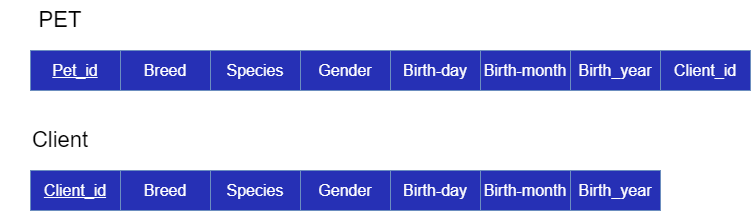
This is RelationalSchemaPetClinic.drawio.png from tomztz/SQL-Pet-Clinic, a draw.io export, as it was before one commit. Source tidied: cells renumbered, new cells last; positions are measured from the earlier drawing's top-left corner, leaving out a move shared by most shapes. The source it was exported from:
```xml
<mxGraphModel>
  <root>
    <mxCell id="0" />
    <mxCell id="1" parent="0" />
    <mxCell id="2" value="&lt;u style=&quot;color: rgb(255 , 255 , 255) ; font-size: 16px&quot;&gt;Pet_id&lt;/u&gt;" style="rounded=0;whiteSpace=wrap;html=1;fillColor=#2630B5;strokeColor=#6c8ebf;" parent="1" vertex="1">
      <mxGeometry x="30" y="50" width="90" height="40" as="geometry" />
    </mxCell>
    <mxCell id="3" value="&lt;font style=&quot;font-size: 22px&quot;&gt;PET&lt;/font&gt;" style="text;html=1;strokeColor=none;fillColor=none;align=center;verticalAlign=middle;whiteSpace=wrap;rounded=0;" parent="1" vertex="1">
      <mxGeometry width="120" height="40" as="geometry" />
    </mxCell>
    <mxCell id="4" value="&lt;font color=&quot;#ffffff&quot;&gt;&lt;span style=&quot;font-size: 16px&quot;&gt;Breed&lt;/span&gt;&lt;/font&gt;" style="rounded=0;whiteSpace=wrap;html=1;fillColor=#2630B5;strokeColor=#6c8ebf;" parent="1" vertex="1">
      <mxGeometry x="120" y="50" width="90" height="40" as="geometry" />
    </mxCell>
    <mxCell id="5" value="&lt;font color=&quot;#ffffff&quot;&gt;&lt;span style=&quot;font-size: 16px&quot;&gt;Species&lt;/span&gt;&lt;/font&gt;" style="rounded=0;whiteSpace=wrap;html=1;fillColor=#2630B5;strokeColor=#6c8ebf;" parent="1" vertex="1">
      <mxGeometry x="210" y="50" width="90" height="40" as="geometry" />
    </mxCell>
    <mxCell id="6" value="&lt;font color=&quot;#ffffff&quot;&gt;&lt;span style=&quot;font-size: 16px&quot;&gt;Gender&lt;/span&gt;&lt;/font&gt;" style="rounded=0;whiteSpace=wrap;html=1;fillColor=#2630B5;strokeColor=#6c8ebf;" parent="1" vertex="1">
      <mxGeometry x="300" y="50" width="90" height="40" as="geometry" />
    </mxCell>
    <mxCell id="7" value="&lt;font color=&quot;#ffffff&quot;&gt;&lt;span style=&quot;font-size: 16px&quot;&gt;Birth-day&lt;/span&gt;&lt;/font&gt;" style="rounded=0;whiteSpace=wrap;html=1;fillColor=#2630B5;strokeColor=#6c8ebf;" parent="1" vertex="1">
      <mxGeometry x="390" y="50" width="90" height="40" as="geometry" />
    </mxCell>
    <mxCell id="8" value="&lt;font color=&quot;#ffffff&quot;&gt;&lt;span style=&quot;font-size: 16px&quot;&gt;Birth-month&lt;/span&gt;&lt;/font&gt;&lt;span style=&quot;color: rgba(0 , 0 , 0 , 0) ; font-family: monospace ; font-size: 0px&quot;&gt;%3CmxGraphModel%3E%3Croot%3E%3CmxCell%20id%3D%220%22%2F%3E%3CmxCell%20id%3D%221%22%20parent%3D%220%22%2F%3E%3CmxCell%20id%3D%222%22%20value%3D%22%26lt%3Bfont%20color%3D%26quot%3B%23ffffff%26quot%3B%26gt%3B%26lt%3Bspan%20style%3D%26quot%3Bfont-size%3A%2016px%26quot%3B%26gt%3BBirth-Day%26lt%3B%2Fspan%26gt%3B%26lt%3B%2Ffont%26gt%3B%22%20style%3D%22rounded%3D0%3BwhiteSpace%3Dwrap%3Bhtml%3D1%3BfillColor%3D%232630B5%3BstrokeColor%3D%236c8ebf%3B%22%20vertex%3D%221%22%20parent%3D%221%22%3E%3CmxGeometry%20x%3D%22480%22%20y%3D%22120%22%20width%3D%2290%22%20height%3D%2240%22%20as%3D%22geometry%22%2F%3E%3C%2FmxCell%3E%3C%2Froot%3E%3C%2FmxGraphModel%3E&lt;/span&gt;" style="rounded=0;whiteSpace=wrap;html=1;fillColor=#2630B5;strokeColor=#6c8ebf;" parent="1" vertex="1">
      <mxGeometry x="480" y="50" width="90" height="40" as="geometry" />
    </mxCell>
    <mxCell id="9" value="&lt;font color=&quot;#ffffff&quot;&gt;&lt;span style=&quot;font-size: 16px&quot;&gt;Birth_year&lt;/span&gt;&lt;/font&gt;&lt;span style=&quot;color: rgba(0 , 0 , 0 , 0) ; font-family: monospace ; font-size: 0px&quot;&gt;%3CmxGraphModel%3E%3Croot%3E%3CmxCell%20id%3D%220%22%2F%3E%3CmxCell%20id%3D%221%22%20parent%3D%220%22%2F%3E%3CmxCell%20id%3D%222%22%20value%3D%22%26lt%3Bfont%20color%3D%26quot%3B%23ffffff%26quot%3B%26gt%3B%26lt%3Bspan%20style%3D%26quot%3Bfont-size%3A%2016px%26quot%3B%26gt%3BBirth-Day%26lt%3B%2Fspan%26gt%3B%26lt%3B%2Ffont%26gt%3B%22%20style%3D%22rounded%3D0%3BwhiteSpace%3Dwrap%3Bhtml%3D1%3BfillColor%3D%232630B5%3BstrokeColor%3D%236c8ebf%3B%22%20vertex%3D%221%22%20parent%3D%221%22%3E%3CmxGeometry%20x%3D%22480%22%20y%3D%22120%22%20width%3D%2290%22%20height%3D%2240%22%20as%3D%22geometry%22%2F%3E%3C%2FmxCell%3E%3C%2Froot%3E%3C%2FmxGraphModel%3E&lt;/span&gt;" style="rounded=0;whiteSpace=wrap;html=1;fillColor=#2630B5;strokeColor=#6c8ebf;" parent="1" vertex="1">
      <mxGeometry x="570" y="50" width="90" height="40" as="geometry" />
    </mxCell>
    <mxCell id="10" value="&lt;u style=&quot;color: rgb(255 , 255 , 255) ; font-size: 16px&quot;&gt;Client_id&lt;/u&gt;" style="rounded=0;whiteSpace=wrap;html=1;fillColor=#2630B5;strokeColor=#6c8ebf;" parent="1" vertex="1">
      <mxGeometry x="30" y="170" width="90" height="40" as="geometry" />
    </mxCell>
    <mxCell id="11" value="&lt;font style=&quot;font-size: 22px&quot;&gt;Client&lt;/font&gt;" style="text;html=1;strokeColor=none;fillColor=none;align=center;verticalAlign=middle;whiteSpace=wrap;rounded=0;" parent="1" vertex="1">
      <mxGeometry y="120" width="120" height="40" as="geometry" />
    </mxCell>
    <mxCell id="12" value="&lt;font color=&quot;#ffffff&quot;&gt;&lt;span style=&quot;font-size: 16px&quot;&gt;Breed&lt;/span&gt;&lt;/font&gt;" style="rounded=0;whiteSpace=wrap;html=1;fillColor=#2630B5;strokeColor=#6c8ebf;" parent="1" vertex="1">
      <mxGeometry x="120" y="170" width="90" height="40" as="geometry" />
    </mxCell>
    <mxCell id="13" value="&lt;font color=&quot;#ffffff&quot;&gt;&lt;span style=&quot;font-size: 16px&quot;&gt;Species&lt;/span&gt;&lt;/font&gt;" style="rounded=0;whiteSpace=wrap;html=1;fillColor=#2630B5;strokeColor=#6c8ebf;" parent="1" vertex="1">
      <mxGeometry x="210" y="170" width="90" height="40" as="geometry" />
    </mxCell>
    <mxCell id="14" value="&lt;font color=&quot;#ffffff&quot;&gt;&lt;span style=&quot;font-size: 16px&quot;&gt;Gender&lt;/span&gt;&lt;/font&gt;" style="rounded=0;whiteSpace=wrap;html=1;fillColor=#2630B5;strokeColor=#6c8ebf;" parent="1" vertex="1">
      <mxGeometry x="300" y="170" width="90" height="40" as="geometry" />
    </mxCell>
    <mxCell id="15" value="&lt;font color=&quot;#ffffff&quot;&gt;&lt;span style=&quot;font-size: 16px&quot;&gt;Birth-day&lt;/span&gt;&lt;/font&gt;" style="rounded=0;whiteSpace=wrap;html=1;fillColor=#2630B5;strokeColor=#6c8ebf;" parent="1" vertex="1">
      <mxGeometry x="390" y="170" width="90" height="40" as="geometry" />
    </mxCell>
    <mxCell id="16" value="&lt;font color=&quot;#ffffff&quot;&gt;&lt;span style=&quot;font-size: 16px&quot;&gt;Birth-month&lt;/span&gt;&lt;/font&gt;&lt;span style=&quot;color: rgba(0 , 0 , 0 , 0) ; font-family: monospace ; font-size: 0px&quot;&gt;%3CmxGraphModel%3E%3Croot%3E%3CmxCell%20id%3D%220%22%2F%3E%3CmxCell%20id%3D%221%22%20parent%3D%220%22%2F%3E%3CmxCell%20id%3D%222%22%20value%3D%22%26lt%3Bfont%20color%3D%26quot%3B%23ffffff%26quot%3B%26gt%3B%26lt%3Bspan%20style%3D%26quot%3Bfont-size%3A%2016px%26quot%3B%26gt%3BBirth-Day%26lt%3B%2Fspan%26gt%3B%26lt%3B%2Ffont%26gt%3B%22%20style%3D%22rounded%3D0%3BwhiteSpace%3Dwrap%3Bhtml%3D1%3BfillColor%3D%232630B5%3BstrokeColor%3D%236c8ebf%3B%22%20vertex%3D%221%22%20parent%3D%221%22%3E%3CmxGeometry%20x%3D%22480%22%20y%3D%22120%22%20width%3D%2290%22%20height%3D%2240%22%20as%3D%22geometry%22%2F%3E%3C%2FmxCell%3E%3C%2Froot%3E%3C%2FmxGraphModel%3E&lt;/span&gt;" style="rounded=0;whiteSpace=wrap;html=1;fillColor=#2630B5;strokeColor=#6c8ebf;" parent="1" vertex="1">
      <mxGeometry x="480" y="170" width="90" height="40" as="geometry" />
    </mxCell>
    <mxCell id="17" value="&lt;font color=&quot;#ffffff&quot;&gt;&lt;span style=&quot;font-size: 16px&quot;&gt;Birth_year&lt;/span&gt;&lt;/font&gt;&lt;span style=&quot;color: rgba(0 , 0 , 0 , 0) ; font-family: monospace ; font-size: 0px&quot;&gt;%3CmxGraphModel%3E%3Croot%3E%3CmxCell%20id%3D%220%22%2F%3E%3CmxCell%20id%3D%221%22%20parent%3D%220%22%2F%3E%3CmxCell%20id%3D%222%22%20value%3D%22%26lt%3Bfont%20color%3D%26quot%3B%23ffffff%26quot%3B%26gt%3B%26lt%3Bspan%20style%3D%26quot%3Bfont-size%3A%2016px%26quot%3B%26gt%3BBirth-Day%26lt%3B%2Fspan%26gt%3B%26lt%3B%2Ffont%26gt%3B%22%20style%3D%22rounded%3D0%3BwhiteSpace%3Dwrap%3Bhtml%3D1%3BfillColor%3D%232630B5%3BstrokeColor%3D%236c8ebf%3B%22%20vertex%3D%221%22%20parent%3D%221%22%3E%3CmxGeometry%20x%3D%22480%22%20y%3D%22120%22%20width%3D%2290%22%20height%3D%2240%22%20as%3D%22geometry%22%2F%3E%3C%2FmxCell%3E%3C%2Froot%3E%3C%2FmxGraphModel%3E&lt;/span&gt;" style="rounded=0;whiteSpace=wrap;html=1;fillColor=#2630B5;strokeColor=#6c8ebf;" parent="1" vertex="1">
      <mxGeometry x="570" y="170" width="90" height="40" as="geometry" />
    </mxCell>
    <mxCell id="18" value="&lt;font color=&quot;#ffffff&quot;&gt;&lt;span style=&quot;font-size: 16px&quot;&gt;Client_id&lt;/span&gt;&lt;/font&gt;" style="rounded=0;whiteSpace=wrap;html=1;fillColor=#2630B5;strokeColor=#6c8ebf;align=center;" parent="1" vertex="1">
      <mxGeometry x="660" y="50" width="90" height="40" as="geometry" />
    </mxCell>
  </root>
</mxGraphModel>
```
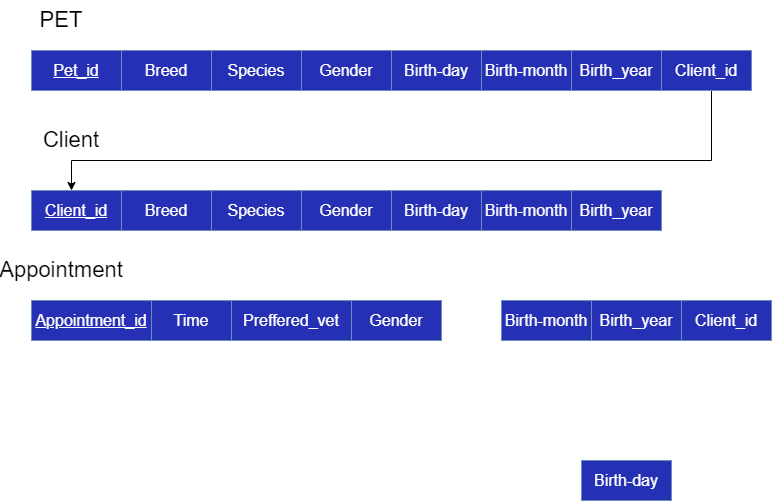
The same diagram one commit later.

Change to the diagram source:
```diff
@@ -2,6 +2,12 @@
   <root>
     <mxCell id="0" />
     <mxCell id="1" parent="0" />
+    <mxCell id="19" style="endArrow=none;html=1;rounded=0;fontSize=16;fontColor=#FFFFFF;" parent="1" edge="1">
+      <mxGeometry relative="1" as="geometry">
+        <mxPoint x="710" y="80" as="sourcePoint" />
+        <mxPoint x="710" y="160" as="targetPoint" />
+      </mxGeometry>
+    </mxCell>
     <mxCell id="2" value="&lt;u style=&quot;color: rgb(255 , 255 , 255) ; font-size: 16px&quot;&gt;Pet_id&lt;/u&gt;" style="rounded=0;whiteSpace=wrap;html=1;fillColor=#2630B5;strokeColor=#6c8ebf;" parent="1" vertex="1">
       <mxGeometry x="30" y="50" width="90" height="40" as="geometry" />
     </mxCell>
@@ -27,31 +33,70 @@
       <mxGeometry x="570" y="50" width="90" height="40" as="geometry" />
     </mxCell>
     <mxCell id="10" value="&lt;u style=&quot;color: rgb(255 , 255 , 255) ; font-size: 16px&quot;&gt;Client_id&lt;/u&gt;" style="rounded=0;whiteSpace=wrap;html=1;fillColor=#2630B5;strokeColor=#6c8ebf;" parent="1" vertex="1">
-      <mxGeometry x="30" y="170" width="90" height="40" as="geometry" />
+      <mxGeometry x="30" y="190" width="90" height="40" as="geometry" />
     </mxCell>
     <mxCell id="11" value="&lt;font style=&quot;font-size: 22px&quot;&gt;Client&lt;/font&gt;" style="text;html=1;strokeColor=none;fillColor=none;align=center;verticalAlign=middle;whiteSpace=wrap;rounded=0;" parent="1" vertex="1">
-      <mxGeometry y="120" width="120" height="40" as="geometry" />
+      <mxGeometry x="10" y="120" width="120" height="40" as="geometry" />
     </mxCell>
     <mxCell id="12" value="&lt;font color=&quot;#ffffff&quot;&gt;&lt;span style=&quot;font-size: 16px&quot;&gt;Breed&lt;/span&gt;&lt;/font&gt;" style="rounded=0;whiteSpace=wrap;html=1;fillColor=#2630B5;strokeColor=#6c8ebf;" parent="1" vertex="1">
-      <mxGeometry x="120" y="170" width="90" height="40" as="geometry" />
+      <mxGeometry x="120" y="190" width="90" height="40" as="geometry" />
     </mxCell>
     <mxCell id="13" value="&lt;font color=&quot;#ffffff&quot;&gt;&lt;span style=&quot;font-size: 16px&quot;&gt;Species&lt;/span&gt;&lt;/font&gt;" style="rounded=0;whiteSpace=wrap;html=1;fillColor=#2630B5;strokeColor=#6c8ebf;" parent="1" vertex="1">
-      <mxGeometry x="210" y="170" width="90" height="40" as="geometry" />
+      <mxGeometry x="210" y="190" width="90" height="40" as="geometry" />
     </mxCell>
     <mxCell id="14" value="&lt;font color=&quot;#ffffff&quot;&gt;&lt;span style=&quot;font-size: 16px&quot;&gt;Gender&lt;/span&gt;&lt;/font&gt;" style="rounded=0;whiteSpace=wrap;html=1;fillColor=#2630B5;strokeColor=#6c8ebf;" parent="1" vertex="1">
-      <mxGeometry x="300" y="170" width="90" height="40" as="geometry" />
+      <mxGeometry x="300" y="190" width="90" height="40" as="geometry" />
     </mxCell>
     <mxCell id="15" value="&lt;font color=&quot;#ffffff&quot;&gt;&lt;span style=&quot;font-size: 16px&quot;&gt;Birth-day&lt;/span&gt;&lt;/font&gt;" style="rounded=0;whiteSpace=wrap;html=1;fillColor=#2630B5;strokeColor=#6c8ebf;" parent="1" vertex="1">
-      <mxGeometry x="390" y="170" width="90" height="40" as="geometry" />
+      <mxGeometry x="390" y="190" width="90" height="40" as="geometry" />
     </mxCell>
     <mxCell id="16" value="&lt;font color=&quot;#ffffff&quot;&gt;&lt;span style=&quot;font-size: 16px&quot;&gt;Birth-month&lt;/span&gt;&lt;/font&gt;&lt;span style=&quot;color: rgba(0 , 0 , 0 , 0) ; font-family: monospace ; font-size: 0px&quot;&gt;%3CmxGraphModel%3E%3Croot%3E%3CmxCell%20id%3D%220%22%2F%3E%3CmxCell%20id%3D%221%22%20parent%3D%220%22%2F%3E%3CmxCell%20id%3D%222%22%20value%3D%22%26lt%3Bfont%20color%3D%26quot%3B%23ffffff%26quot%3B%26gt%3B%26lt%3Bspan%20style%3D%26quot%3Bfont-size%3A%2016px%26quot%3B%26gt%3BBirth-Day%26lt%3B%2Fspan%26gt%3B%26lt%3B%2Ffont%26gt%3B%22%20style%3D%22rounded%3D0%3BwhiteSpace%3Dwrap%3Bhtml%3D1%3BfillColor%3D%232630B5%3BstrokeColor%3D%236c8ebf%3B%22%20vertex%3D%221%22%20parent%3D%221%22%3E%3CmxGeometry%20x%3D%22480%22%20y%3D%22120%22%20width%3D%2290%22%20height%3D%2240%22%20as%3D%22geometry%22%2F%3E%3C%2FmxCell%3E%3C%2Froot%3E%3C%2FmxGraphModel%3E&lt;/span&gt;" style="rounded=0;whiteSpace=wrap;html=1;fillColor=#2630B5;strokeColor=#6c8ebf;" parent="1" vertex="1">
-      <mxGeometry x="480" y="170" width="90" height="40" as="geometry" />
+      <mxGeometry x="480" y="190" width="90" height="40" as="geometry" />
     </mxCell>
     <mxCell id="17" value="&lt;font color=&quot;#ffffff&quot;&gt;&lt;span style=&quot;font-size: 16px&quot;&gt;Birth_year&lt;/span&gt;&lt;/font&gt;&lt;span style=&quot;color: rgba(0 , 0 , 0 , 0) ; font-family: monospace ; font-size: 0px&quot;&gt;%3CmxGraphModel%3E%3Croot%3E%3CmxCell%20id%3D%220%22%2F%3E%3CmxCell%20id%3D%221%22%20parent%3D%220%22%2F%3E%3CmxCell%20id%3D%222%22%20value%3D%22%26lt%3Bfont%20color%3D%26quot%3B%23ffffff%26quot%3B%26gt%3B%26lt%3Bspan%20style%3D%26quot%3Bfont-size%3A%2016px%26quot%3B%26gt%3BBirth-Day%26lt%3B%2Fspan%26gt%3B%26lt%3B%2Ffont%26gt%3B%22%20style%3D%22rounded%3D0%3BwhiteSpace%3Dwrap%3Bhtml%3D1%3BfillColor%3D%232630B5%3BstrokeColor%3D%236c8ebf%3B%22%20vertex%3D%221%22%20parent%3D%221%22%3E%3CmxGeometry%20x%3D%22480%22%20y%3D%22120%22%20width%3D%2290%22%20height%3D%2240%22%20as%3D%22geometry%22%2F%3E%3C%2FmxCell%3E%3C%2Froot%3E%3C%2FmxGraphModel%3E&lt;/span&gt;" style="rounded=0;whiteSpace=wrap;html=1;fillColor=#2630B5;strokeColor=#6c8ebf;" parent="1" vertex="1">
-      <mxGeometry x="570" y="170" width="90" height="40" as="geometry" />
+      <mxGeometry x="570" y="190" width="90" height="40" as="geometry" />
     </mxCell>
     <mxCell id="18" value="&lt;font color=&quot;#ffffff&quot;&gt;&lt;span style=&quot;font-size: 16px&quot;&gt;Client_id&lt;/span&gt;&lt;/font&gt;" style="rounded=0;whiteSpace=wrap;html=1;fillColor=#2630B5;strokeColor=#6c8ebf;align=center;" parent="1" vertex="1">
       <mxGeometry x="660" y="50" width="90" height="40" as="geometry" />
     </mxCell>
+    <mxCell id="20" style="endArrow=classic;html=1;rounded=0;fontSize=16;fontColor=#FFFFFF;" parent="1" edge="1">
+      <mxGeometry relative="1" as="geometry">
+        <mxPoint x="70" y="160" as="sourcePoint" />
+        <mxPoint x="70" y="190" as="targetPoint" />
+      </mxGeometry>
+    </mxCell>
+    <mxCell id="21" style="endArrow=none;html=1;rounded=0;fontSize=16;fontColor=#FFFFFF;" parent="1" edge="1">
+      <mxGeometry relative="1" as="geometry">
+        <mxPoint x="70" y="160" as="sourcePoint" />
+        <mxPoint x="710" y="160" as="targetPoint" />
+      </mxGeometry>
+    </mxCell>
+    <mxCell id="22" value="&lt;u style=&quot;color: rgb(255 , 255 , 255) ; font-size: 16px&quot;&gt;Appointment_id&lt;/u&gt;" style="rounded=0;whiteSpace=wrap;html=1;fillColor=#2630B5;strokeColor=#6c8ebf;" parent="1" vertex="1">
+      <mxGeometry x="30" y="300" width="120" height="40" as="geometry" />
+    </mxCell>
+    <mxCell id="23" value="&lt;font style=&quot;font-size: 22px&quot;&gt;Appointment&lt;/font&gt;" style="text;html=1;strokeColor=none;fillColor=none;align=center;verticalAlign=middle;whiteSpace=wrap;rounded=0;" parent="1" vertex="1">
+      <mxGeometry y="250" width="120" height="40" as="geometry" />
+    </mxCell>
+    <mxCell id="24" value="&lt;font color=&quot;#ffffff&quot;&gt;&lt;span style=&quot;font-size: 16px&quot;&gt;Time&lt;/span&gt;&lt;/font&gt;" style="rounded=0;whiteSpace=wrap;html=1;fillColor=#2630B5;strokeColor=#6c8ebf;" parent="1" vertex="1">
+      <mxGeometry x="150" y="300" width="80" height="40" as="geometry" />
+    </mxCell>
+    <mxCell id="25" value="&lt;font color=&quot;#ffffff&quot;&gt;&lt;span style=&quot;font-size: 16px&quot;&gt;Preffered_vet&lt;/span&gt;&lt;/font&gt;" style="rounded=0;whiteSpace=wrap;html=1;fillColor=#2630B5;strokeColor=#6c8ebf;" parent="1" vertex="1">
+      <mxGeometry x="230" y="300" width="120" height="40" as="geometry" />
+    </mxCell>
+    <mxCell id="26" value="&lt;font color=&quot;#ffffff&quot;&gt;&lt;span style=&quot;font-size: 16px&quot;&gt;Gender&lt;/span&gt;&lt;/font&gt;" style="rounded=0;whiteSpace=wrap;html=1;fillColor=#2630B5;strokeColor=#6c8ebf;" parent="1" vertex="1">
+      <mxGeometry x="350" y="300" width="90" height="40" as="geometry" />
+    </mxCell>
+    <mxCell id="27" value="&lt;font color=&quot;#ffffff&quot;&gt;&lt;span style=&quot;font-size: 16px&quot;&gt;Birth-day&lt;/span&gt;&lt;/font&gt;" style="rounded=0;whiteSpace=wrap;html=1;fillColor=#2630B5;strokeColor=#6c8ebf;" parent="1" vertex="1">
+      <mxGeometry x="580" y="460" width="90" height="40" as="geometry" />
+    </mxCell>
+    <mxCell id="28" value="&lt;font color=&quot;#ffffff&quot;&gt;&lt;span style=&quot;font-size: 16px&quot;&gt;Birth-month&lt;/span&gt;&lt;/font&gt;&lt;span style=&quot;color: rgba(0 , 0 , 0 , 0) ; font-family: monospace ; font-size: 0px&quot;&gt;%3CmxGraphModel%3E%3Croot%3E%3CmxCell%20id%3D%220%22%2F%3E%3CmxCell%20id%3D%221%22%20parent%3D%220%22%2F%3E%3CmxCell%20id%3D%222%22%20value%3D%22%26lt%3Bfont%20color%3D%26quot%3B%23ffffff%26quot%3B%26gt%3B%26lt%3Bspan%20style%3D%26quot%3Bfont-size%3A%2016px%26quot%3B%26gt%3BBirth-Day%26lt%3B%2Fspan%26gt%3B%26lt%3B%2Ffont%26gt%3B%22%20style%3D%22rounded%3D0%3BwhiteSpace%3Dwrap%3Bhtml%3D1%3BfillColor%3D%232630B5%3BstrokeColor%3D%236c8ebf%3B%22%20vertex%3D%221%22%20parent%3D%221%22%3E%3CmxGeometry%20x%3D%22480%22%20y%3D%22120%22%20width%3D%2290%22%20height%3D%2240%22%20as%3D%22geometry%22%2F%3E%3C%2FmxCell%3E%3C%2Froot%3E%3C%2FmxGraphModel%3E&lt;/span&gt;" style="rounded=0;whiteSpace=wrap;html=1;fillColor=#2630B5;strokeColor=#6c8ebf;" parent="1" vertex="1">
+      <mxGeometry x="500" y="300" width="90" height="40" as="geometry" />
+    </mxCell>
+    <mxCell id="29" value="&lt;font color=&quot;#ffffff&quot;&gt;&lt;span style=&quot;font-size: 16px&quot;&gt;Birth_year&lt;/span&gt;&lt;/font&gt;&lt;span style=&quot;color: rgba(0 , 0 , 0 , 0) ; font-family: monospace ; font-size: 0px&quot;&gt;%3CmxGraphModel%3E%3Croot%3E%3CmxCell%20id%3D%220%22%2F%3E%3CmxCell%20id%3D%221%22%20parent%3D%220%22%2F%3E%3CmxCell%20id%3D%222%22%20value%3D%22%26lt%3Bfont%20color%3D%26quot%3B%23ffffff%26quot%3B%26gt%3B%26lt%3Bspan%20style%3D%26quot%3Bfont-size%3A%2016px%26quot%3B%26gt%3BBirth-Day%26lt%3B%2Fspan%26gt%3B%26lt%3B%2Ffont%26gt%3B%22%20style%3D%22rounded%3D0%3BwhiteSpace%3Dwrap%3Bhtml%3D1%3BfillColor%3D%232630B5%3BstrokeColor%3D%236c8ebf%3B%22%20vertex%3D%221%22%20parent%3D%221%22%3E%3CmxGeometry%20x%3D%22480%22%20y%3D%22120%22%20width%3D%2290%22%20height%3D%2240%22%20as%3D%22geometry%22%2F%3E%3C%2FmxCell%3E%3C%2Froot%3E%3C%2FmxGraphModel%3E&lt;/span&gt;" style="rounded=0;whiteSpace=wrap;html=1;fillColor=#2630B5;strokeColor=#6c8ebf;" parent="1" vertex="1">
+      <mxGeometry x="590" y="300" width="90" height="40" as="geometry" />
+    </mxCell>
+    <mxCell id="30" value="&lt;font color=&quot;#ffffff&quot;&gt;&lt;span style=&quot;font-size: 16px&quot;&gt;Client_id&lt;/span&gt;&lt;/font&gt;" style="rounded=0;whiteSpace=wrap;html=1;fillColor=#2630B5;strokeColor=#6c8ebf;align=center;" parent="1" vertex="1">
+      <mxGeometry x="680" y="300" width="90" height="40" as="geometry" />
+    </mxCell>
   </root>
 </mxGraphModel>
```
